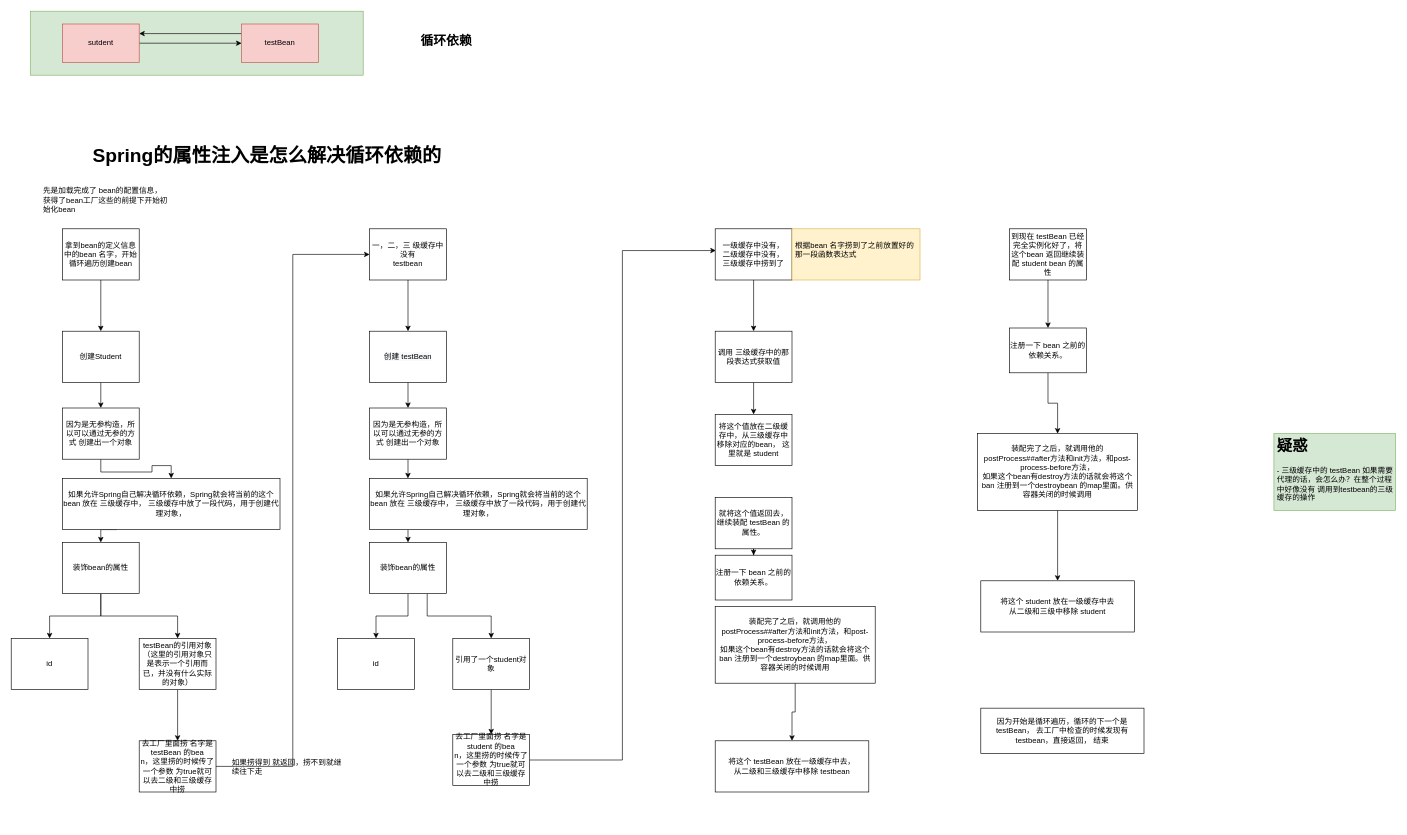
This is 未命名绘图.drawio from daliuchen/xmind, a draw.io file, before an edit. Source tidied: cells renumbered, new cells numbered last; positions are measured from the earlier drawing's top-left corner, leaving out a move shared by most shapes. Both pictures are drawn from the tidied source at 64%, with x=0, y=0 at pixel (11, 11).
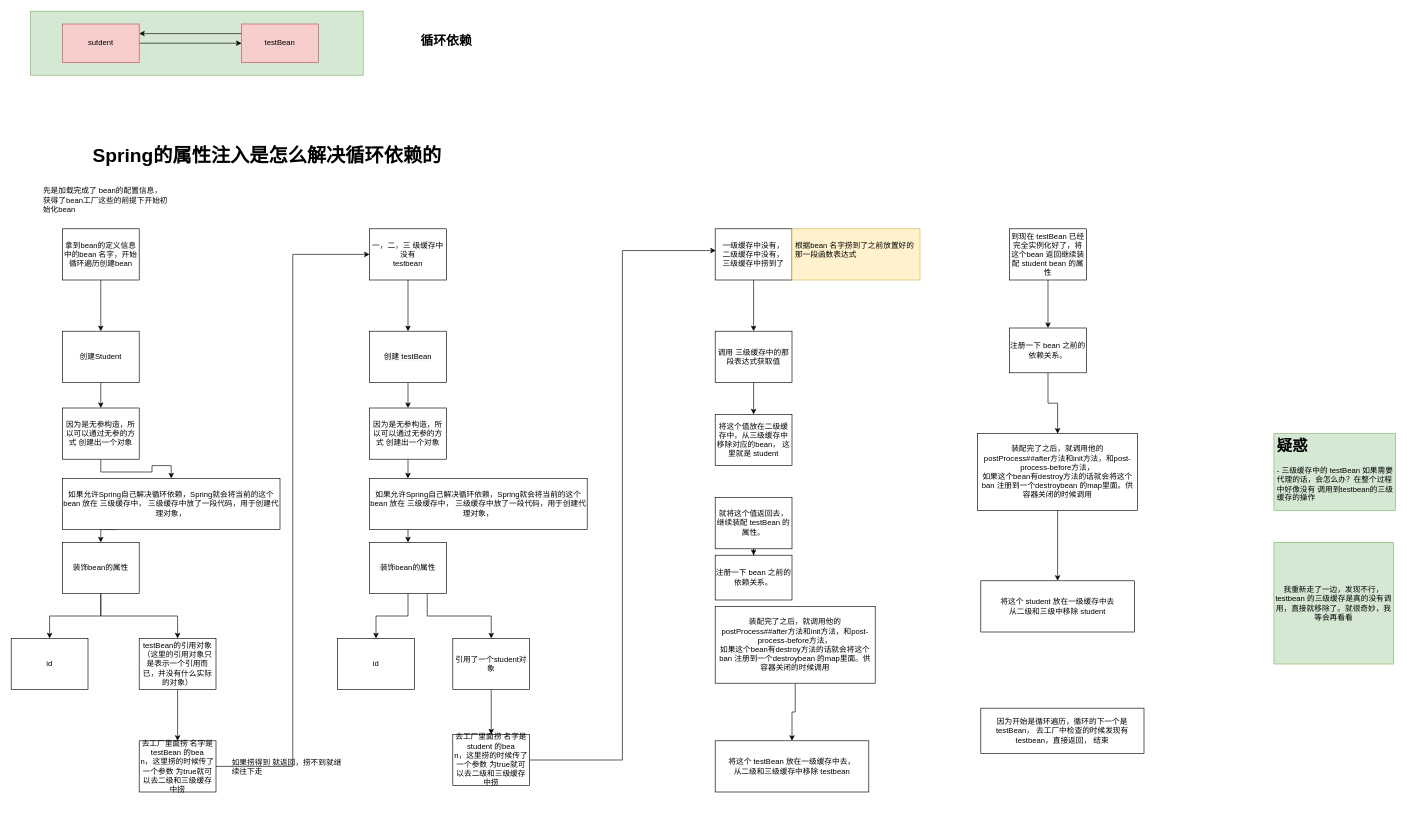
The same page after the edit.

Commit message:
spring-属性注入解决循环依赖.drawio

Diff of the diagram source:
```diff
@@
+    <mxCell id="64" value="我重新走了一边，发现不行，testbean 的三级缓存是真的没有调用，直接就移除了。就很奇妙，我等会再看看" style="rounded=0;whiteSpace=wrap;html=1;fillColor=#d5e8d4;strokeColor=#82b366;" parent="1" vertex="1">
+      <mxGeometry x="1973" y="830" width="187" height="190" as="geometry" />
+    </mxCell>
```
